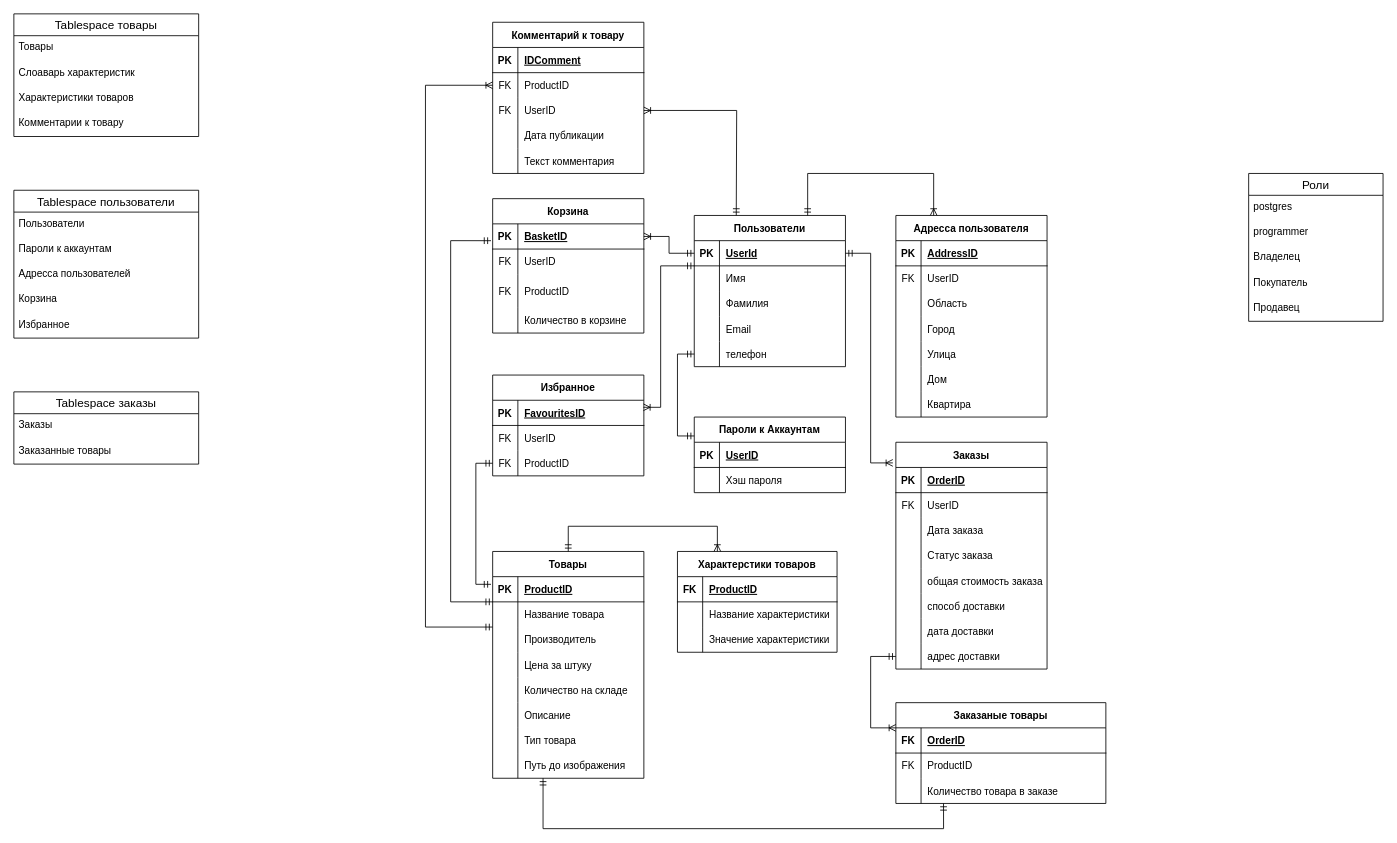
Stanlslaw/DB-Project-PostgreSQL-2k2s keeps this draw.io diagram as docs/UML схема БД — новая.drawio. Above is the earlier version. Source tidied: cells renumbered, new cells numbered last; positions are measured from the earlier drawing's top-left corner, leaving out a move shared by most shapes. Both pictures are drawn from the tidied source at 84%, with x=0, y=0 at pixel (13, 13).
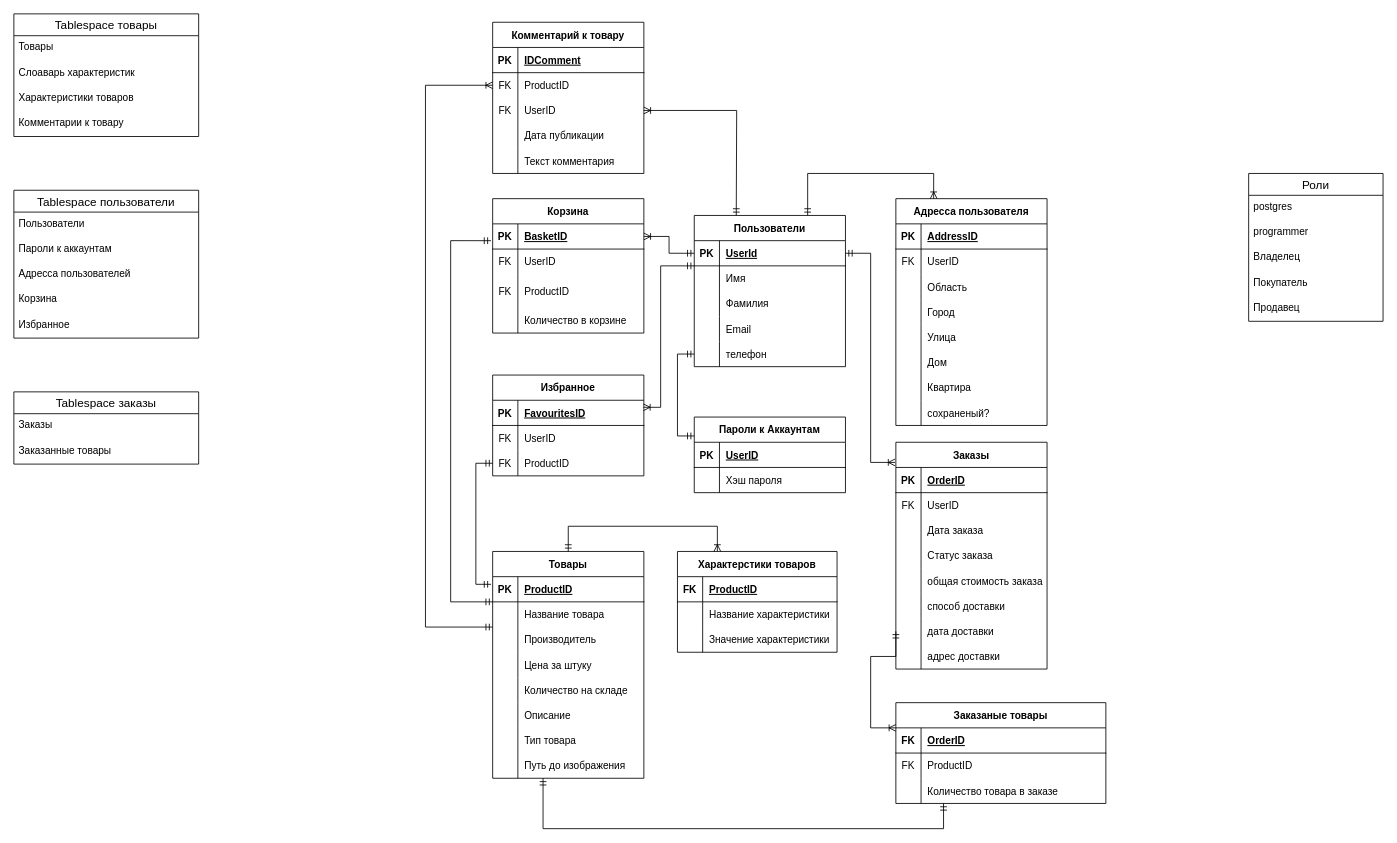
The same page after the edit.

Unchanged cells that the change refers to:
```xml
<mxCell id="3" style="shape=tableRow;horizontal=0;startSize=0;swimlaneHead=0;swimlaneBody=0;fillColor=none;points=[[0,0.5],[1,0.5]];portConstraint=eastwest;top=0;left=0;right=0;bottom=1;" parent="2" vertex="1">
  <mxGeometry y="30" width="180" height="30" as="geometry" />
</mxCell>
<mxCell id="83" value="Заказы" style="shape=table;startSize=30;childLayout=tableLayout;rowLines=0;fontStyle=1;align=center;" parent="1" vertex="1">
  <mxGeometry x="1050" y="510" width="180" height="270" as="geometry" />
</mxCell>
<mxCell id="102" style="shape=tableRow;horizontal=0;startSize=0;swimlaneHead=0;swimlaneBody=0;fillColor=none;points=[[0,0.5],[1,0.5]];portConstraint=eastwest;top=0;left=0;right=0;bottom=0;" parent="83" vertex="1">
  <mxGeometry y="210" width="180" height="30" as="geometry" />
</mxCell>
<mxCell id="105" style="shape=tableRow;horizontal=0;startSize=0;swimlaneHead=0;swimlaneBody=0;fillColor=none;points=[[0,0.5],[1,0.5]];portConstraint=eastwest;top=0;left=0;right=0;bottom=0;" parent="83" vertex="1">
  <mxGeometry y="240" width="180" height="30" as="geometry" />
</mxCell>
<mxCell id="108" value="Заказаные товары" style="shape=table;startSize=30;childLayout=tableLayout;rowLines=0;fontStyle=1;align=center;" parent="1" vertex="1">
  <mxGeometry x="1050" y="820" width="250" height="120" as="geometry" />
</mxCell>
```

Diff of the diagram source:
```diff
@@
     <mxCell id="18" value="Адресса пользователя" style="shape=table;startSize=30;childLayout=tableLayout;rowLines=0;fontStyle=1;align=center;" parent="1" vertex="1">
-      <mxGeometry x="1050" y="240" width="180" height="240" as="geometry" />
+      <mxGeometry x="1050" y="220" width="180" height="270" as="geometry" />
     </mxCell>
@@
+    <mxCell id="188" style="shape=tableRow;horizontal=0;startSize=0;swimlaneHead=0;swimlaneBody=0;fillColor=none;top=0;left=0;right=0;bottom=0;" parent="18" vertex="1">
+      <mxGeometry y="240" width="180" height="30" as="geometry" />
+    </mxCell>
+    <mxCell id="189" style="shape=partialRectangle;fillColor=none;top=0;left=0;bottom=0;right=0;overflow=hidden;" parent="188" vertex="1">
+      <mxGeometry width="30" height="30" as="geometry" />
+    </mxCell>
+    <mxCell id="190" value="сохраненый?" style="shape=partialRectangle;fillColor=none;top=0;left=0;bottom=0;right=0;align=left;spacingLeft=6;overflow=hidden;" parent="188" vertex="1">
+      <mxGeometry x="30" width="150" height="30" as="geometry" />
+    </mxCell>
@@
-    <mxCell id="118" style="edgeStyle=orthogonalEdgeStyle;fontSize=12;html=1;endArrow=ERoneToMany;startArrow=ERmandOne;rounded=0;entryX=0;entryY=0.25;entryDx=0;entryDy=0;exitX=0;exitY=0.5;exitDx=0;exitDy=0;endFill=0;" parent="1" edge="1" source="105" target="108">
+    <mxCell id="118" style="edgeStyle=orthogonalEdgeStyle;fontSize=12;html=1;endArrow=ERoneToMany;startArrow=ERmandOne;rounded=0;entryX=0;entryY=0.25;entryDx=0;entryDy=0;exitX=0;exitY=0.5;exitDx=0;exitDy=0;endFill=0;" parent="1" edge="1" source="102" target="108">
       <mxGeometry x="0.35" y="9" relative="1" as="geometry">
         <Array as="points">
           <mxPoint x="1020" y="765" />
           <mxPoint x="1020" y="850" />
         </Array>
       </mxGeometry>
     </mxCell>
@@
-    <mxCell id="166" style="edgeStyle=orthogonalEdgeStyle;fontSize=12;html=1;endArrow=ERoneToMany;startArrow=ERmandOne;rounded=0;strokeColor=default;entryX=-0.02;entryY=0.091;entryDx=0;entryDy=0;entryPerimeter=0;exitX=1;exitY=0.5;exitDx=0;exitDy=0;" parent="1" edge="1" source="3" target="83">
+    <mxCell id="166" style="edgeStyle=orthogonalEdgeStyle;fontSize=12;html=1;endArrow=ERoneToMany;startArrow=ERmandOne;rounded=0;strokeColor=default;exitX=1;exitY=0.5;exitDx=0;exitDy=0;" parent="1" edge="1" source="3">
       <mxGeometry relative="1" as="geometry">
+        <mxPoint x="1049" y="534" as="targetPoint" />
         <Array as="points">
           <mxPoint x="1020" y="285" />
-          <mxPoint x="1020" y="535" />
+          <mxPoint x="1020" y="534" />
         </Array>
       </mxGeometry>
     </mxCell>
```
